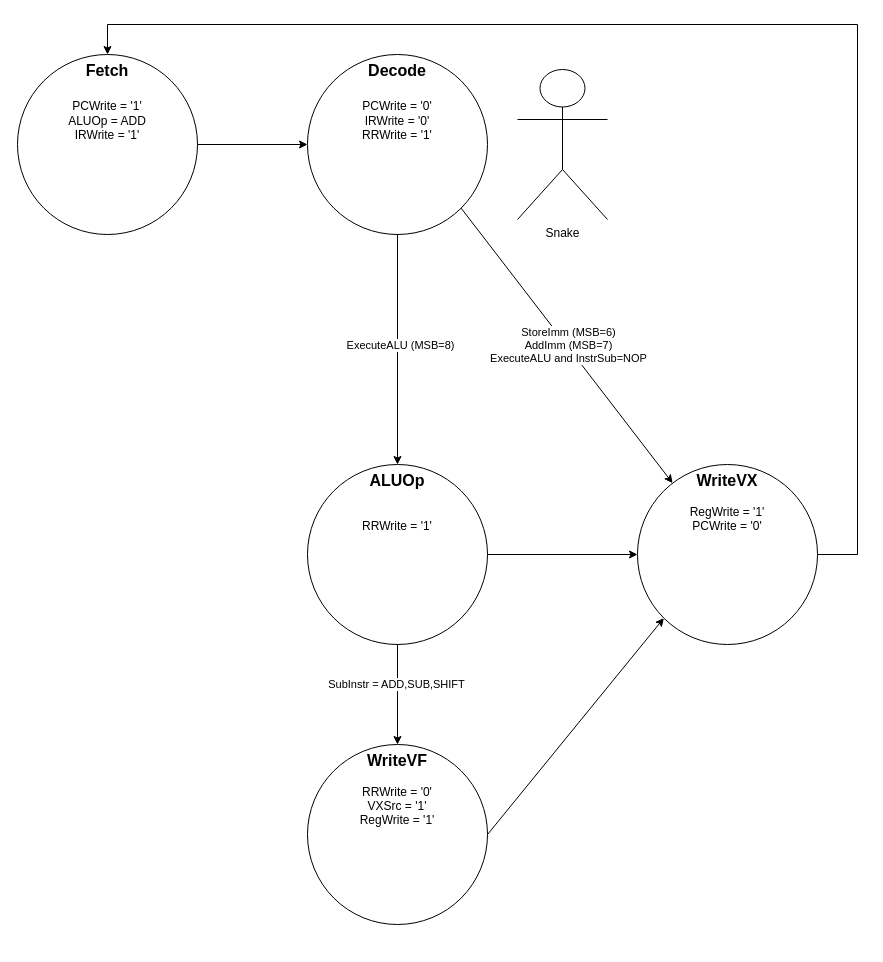
Before: docs/InstructionDecoder_StateMachine.drawio in Rutele/VChip8, a draw.io diagram. Source tidied: cells renumbered, new cells numbered last; positions are measured from the earlier drawing's top-left corner, leaving out a move shared by most shapes. Both pictures are drawn from the tidied source at 100%, with x=0, y=0 at pixel (17, 24).
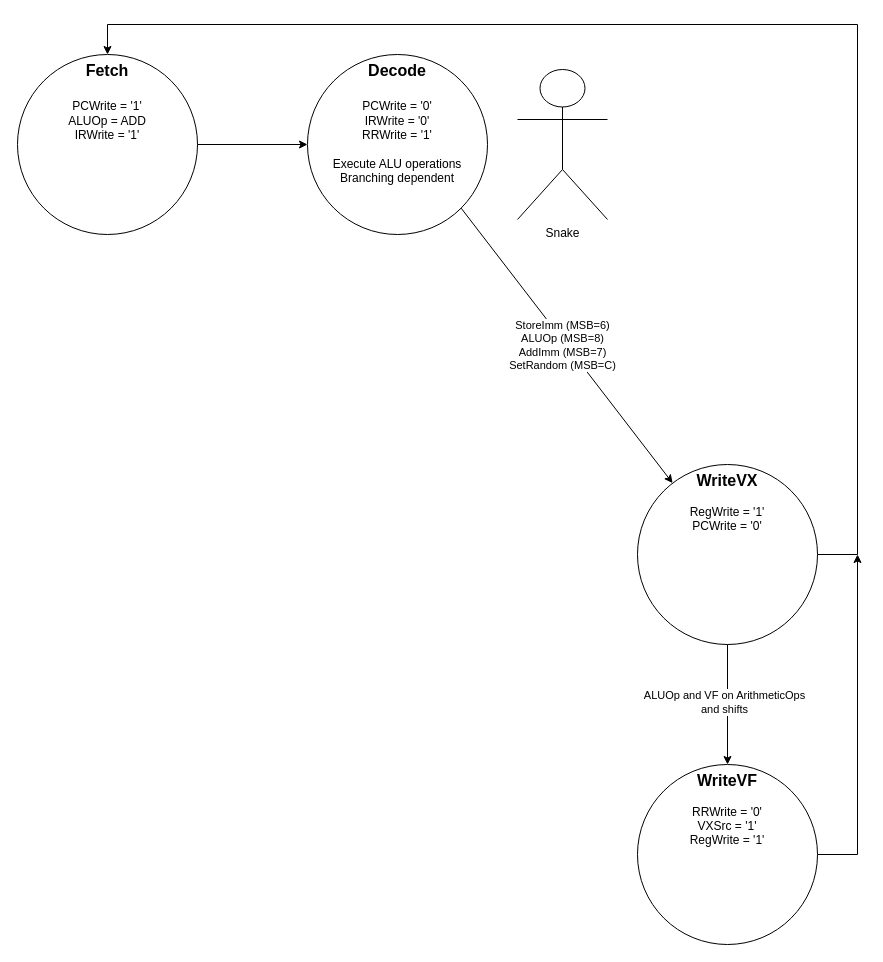
After the change.

The change refers to these unchanged cells:
```xml
<mxCell id="5" value="&lt;div&gt;&lt;span style=&quot;font-size: 16px;&quot;&gt;&lt;b&gt;WriteVX&lt;/b&gt;&lt;/span&gt;&lt;/div&gt;&lt;div&gt;&lt;br&gt;&lt;/div&gt;&lt;div&gt;RegWrite = '1'&lt;/div&gt;&lt;div&gt;PCWrite = '0'&lt;/div&gt;&lt;div&gt;&lt;br&gt;&lt;/div&gt;&lt;div&gt;&lt;br&gt;&lt;/div&gt;" style="ellipse;whiteSpace=wrap;html=1;verticalAlign=top;" parent="1" vertex="1">
  <mxGeometry x="620" y="440" width="180" height="180" as="geometry" />
</mxCell>
<mxCell id="6" style="endArrow=classic;html=1;rounded=0;exitX=1;exitY=1;exitDx=0;exitDy=0;" parent="1" edge="1">
  <mxGeometry relative="1" as="geometry">
    <mxPoint x="443.6" y="183.6" as="sourcePoint" />
    <mxPoint x="655.1" y="458.6" as="targetPoint" />
  </mxGeometry>
</mxCell>
```

The edit, as a diff of the source:
```diff
@@
-    <mxCell id="3" value="&lt;div&gt;&lt;span style=&quot;font-size: 16px;&quot;&gt;&lt;b&gt;Decode&lt;/b&gt;&lt;/span&gt;&lt;/div&gt;&lt;div&gt;&lt;span style=&quot;font-size: 16px;&quot;&gt;&lt;b&gt;&lt;br&gt;&lt;/b&gt;&lt;/span&gt;&lt;div&gt;&lt;div&gt;PCWrite = '0'&lt;/div&gt;&lt;/div&gt;&lt;/div&gt;&lt;div&gt;IRWrite = '0'&lt;/div&gt;&lt;div&gt;RRWrite = '1'&lt;/div&gt;&lt;div&gt;&lt;br&gt;&lt;/div&gt;" style="ellipse;whiteSpace=wrap;html=1;verticalAlign=top;" parent="1" vertex="1">
+    <mxCell id="3" value="&lt;div&gt;&lt;span style=&quot;font-size: 16px;&quot;&gt;&lt;b&gt;Decode&lt;/b&gt;&lt;/span&gt;&lt;/div&gt;&lt;div&gt;&lt;span style=&quot;font-size: 16px;&quot;&gt;&lt;b&gt;&lt;br&gt;&lt;/b&gt;&lt;/span&gt;&lt;div&gt;&lt;div&gt;PCWrite = '0'&lt;/div&gt;&lt;/div&gt;&lt;/div&gt;&lt;div&gt;IRWrite = '0'&lt;/div&gt;&lt;div&gt;RRWrite = '1'&lt;/div&gt;&lt;div&gt;&lt;br&gt;&lt;/div&gt;&lt;div&gt;Execute ALU operations&lt;/div&gt;&lt;div&gt;Branching dependent&lt;/div&gt;" style="ellipse;whiteSpace=wrap;html=1;verticalAlign=top;" parent="1" vertex="1">
       <mxGeometry x="290" y="30" width="180" height="180" as="geometry" />
     </mxCell>
@@
-    <mxCell id="7" value="StoreImm (MSB=6)&lt;div&gt;AddImm (MSB=7)&lt;/div&gt;&lt;div&gt;ExecuteALU and InstrSub=NOP&lt;/div&gt;" style="edgeLabel;html=1;align=center;verticalAlign=middle;" parent="6" vertex="1">
+    <mxCell id="7" value="StoreImm (MSB=6)&lt;div&gt;ALUOp (MSB=8)&lt;/div&gt;&lt;div&gt;AddImm (MSB=7)&lt;/div&gt;&lt;div&gt;SetRandom (MSB=C)&lt;/div&gt;" style="edgeLabel;html=1;align=center;verticalAlign=middle;" parent="6" vertex="1">
       <mxGeometry x="0.02" y="-1" relative="1" as="geometry">
-        <mxPoint y="-4" as="offset" />
+        <mxPoint x="-6" y="-4" as="offset" />
       </mxGeometry>
     </mxCell>
@@
-    <mxCell id="9" value="&lt;div&gt;&lt;span style=&quot;font-size: 16px;&quot;&gt;&lt;b&gt;ALUOp&lt;/b&gt;&lt;/span&gt;&lt;/div&gt;&lt;div&gt;&lt;br&gt;&lt;/div&gt;&lt;div&gt;&lt;br&gt;&lt;/div&gt;&lt;div&gt;RRWrite = '1'&lt;/div&gt;&lt;div&gt;&lt;br&gt;&lt;/div&gt;&lt;div&gt;&lt;br&gt;&lt;/div&gt;&lt;div&gt;&lt;br&gt;&lt;/div&gt;&lt;div&gt;&lt;br&gt;&lt;/div&gt;&lt;div&gt;&lt;br&gt;&lt;/div&gt;" style="ellipse;whiteSpace=wrap;html=1;verticalAlign=top;" parent="1" vertex="1">
-      <mxGeometry x="290" y="440" width="180" height="180" as="geometry" />
-    </mxCell>
-    <mxCell id="10" style="endArrow=classic;html=1;rounded=0;exitX=1;exitY=0.5;exitDx=0;exitDy=0;entryX=0;entryY=0.5;entryDx=0;entryDy=0;" parent="1" edge="1" source="9" target="5">
-      <mxGeometry relative="1" as="geometry" />
-    </mxCell>
-    <mxCell id="11" style="endArrow=classic;html=1;rounded=0;exitX=0.5;exitY=1;exitDx=0;exitDy=0;entryX=0.5;entryY=0;entryDx=0;entryDy=0;" parent="1" edge="1" source="3" target="9">
-      <mxGeometry relative="1" as="geometry" />
-    </mxCell>
-    <mxCell id="12" value="ExecuteALU (MSB=8)" style="edgeLabel;html=1;align=center;verticalAlign=middle;" parent="11" vertex="1">
-      <mxGeometry x="-0.08" y="2" relative="1" as="geometry">
-        <mxPoint y="4" as="offset" />
-      </mxGeometry>
-    </mxCell>
@@
     <mxCell id="14" value="&lt;div&gt;&lt;span style=&quot;font-size: 16px;&quot;&gt;&lt;b&gt;WriteVF&lt;/b&gt;&lt;/span&gt;&lt;/div&gt;&lt;div&gt;&lt;br&gt;&lt;/div&gt;&lt;div&gt;RRWrite = '0'&lt;/div&gt;&lt;div&gt;VXSrc = '1'&lt;/div&gt;&lt;div&gt;RegWrite = '1'&lt;/div&gt;&lt;div&gt;&lt;br&gt;&lt;/div&gt;&lt;div&gt;&lt;br&gt;&lt;/div&gt;&lt;div&gt;&lt;br&gt;&lt;/div&gt;" style="ellipse;whiteSpace=wrap;html=1;verticalAlign=top;" parent="1" vertex="1">
-      <mxGeometry x="290" y="720" width="180" height="180" as="geometry" />
+      <mxGeometry x="620" y="740" width="180" height="180" as="geometry" />
     </mxCell>
-    <mxCell id="15" style="endArrow=classic;html=1;rounded=0;exitX=0.5;exitY=1;exitDx=0;exitDy=0;entryX=0.5;entryY=0;entryDx=0;entryDy=0;" parent="1" edge="1" source="9" target="14">
-      <mxGeometry relative="1" as="geometry" />
-    </mxCell>
-    <mxCell id="16" value="SubInstr = ADD,SUB,SHIFT" style="edgeLabel;html=1;align=center;verticalAlign=middle;" parent="15" vertex="1">
-      <mxGeometry x="-0.23" y="-2" relative="1" as="geometry" />
-    </mxCell>
-    <mxCell id="17" style="endArrow=classic;html=1;rounded=0;exitX=1;exitY=0.5;exitDx=0;exitDy=0;entryX=0;entryY=1;entryDx=0;entryDy=0;" parent="1" edge="1" source="14" target="5">
-      <mxGeometry relative="1" as="geometry" />
-    </mxCell>
+    <mxCell id="18" style="endArrow=classic;html=1;rounded=0;entryX=0.5;entryY=0;entryDx=0;entryDy=0;exitX=0.5;exitY=1;exitDx=0;exitDy=0;" parent="1" edge="1" source="5" target="14">
+      <mxGeometry relative="1" as="geometry" />
+    </mxCell>
+    <mxCell id="19" value="ALUOp and VF on ArithmeticOps&lt;div&gt;and shifts&lt;/div&gt;" style="edgeLabel;html=1;align=center;verticalAlign=middle;" parent="18" vertex="1">
+      <mxGeometry x="-0.05" y="-4" relative="1" as="geometry" />
+    </mxCell>
+    <mxCell id="20" style="endArrow=classic;html=1;rounded=0;exitX=1;exitY=0.5;exitDx=0;exitDy=0;" parent="1" edge="1" source="14">
+      <mxGeometry relative="1" as="geometry">
+        <mxPoint x="840" y="530" as="targetPoint" />
+        <Array as="points">
+          <mxPoint x="840" y="830" />
+        </Array>
+      </mxGeometry>
+    </mxCell>
```
